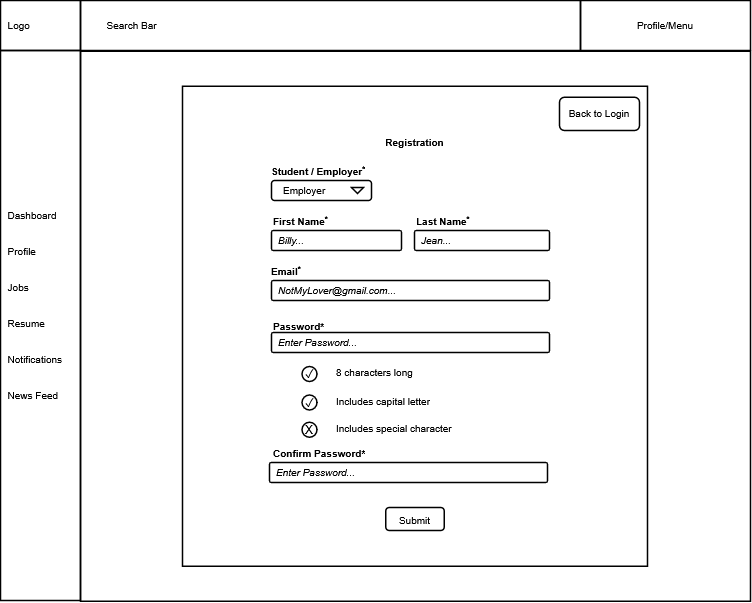
Above: 03_Team_Work/Team4/Milestone_2_First_Dozen_Views/IC_Done/SCK_M2_Team4_RegistrationWireframe_v08.drawio.png in JmmonJeremy/CareerBound-SDD (draw.io), before the change. Source tidied: cells renumbered, new cells last; positions are measured from the earlier drawing's top-left corner, leaving out a move shared by most shapes.
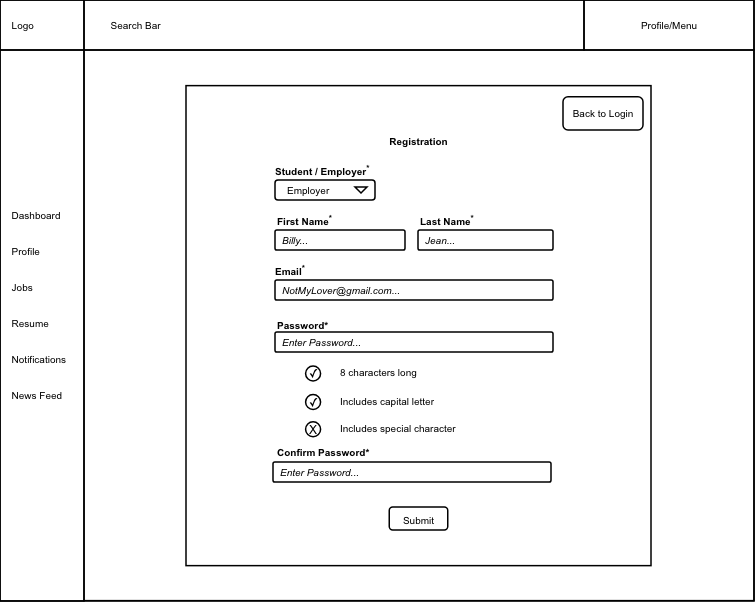
After the commit.

Commit message:
Added background to wireframes

Diff of the diagram source:
```diff
@@ -2,20 +2,23 @@
   <root>
     <mxCell id="0" />
     <mxCell id="1" parent="0" />
+    <mxCell id="41" style="rounded=0;whiteSpace=wrap;html=1;strokeWidth=1.5;fontFamily=Arial;fillColor=default;" parent="1" vertex="1">
+      <mxGeometry x="-4" width="754" height="601" as="geometry" />
+    </mxCell>
     <mxCell id="2" style="rounded=0;whiteSpace=wrap;html=1;strokeWidth=1.5;fontFamily=Arial;fillColor=none;" parent="1" vertex="1">
       <mxGeometry x="80" width="500" height="50" as="geometry" />
     </mxCell>
     <mxCell id="3" style="rounded=0;whiteSpace=wrap;html=1;strokeWidth=1.5;fontFamily=Arial;fillColor=none;" parent="1" vertex="1">
-      <mxGeometry y="50" width="80" height="550" as="geometry" />
+      <mxGeometry x="-4" y="50" width="84" height="551" as="geometry" />
     </mxCell>
     <mxCell id="4" style="rounded=0;whiteSpace=wrap;html=1;strokeWidth=1.5;fontFamily=Arial;fillColor=none;" parent="1" vertex="1">
-      <mxGeometry width="80" height="50" as="geometry" />
+      <mxGeometry x="-4" width="84" height="50" as="geometry" />
     </mxCell>
     <mxCell id="5" style="rounded=0;whiteSpace=wrap;html=1;strokeWidth=1.5;fontFamily=Arial;fillColor=none;" parent="1" vertex="1">
       <mxGeometry x="580" width="170" height="50" as="geometry" />
     </mxCell>
     <mxCell id="6" style="rounded=0;whiteSpace=wrap;html=1;strokeWidth=1.5;fontFamily=Arial;fillColor=none;" parent="1" vertex="1">
-      <mxGeometry x="80" y="50.6" width="670" height="550" as="geometry" />
+      <mxGeometry x="80" y="50" width="670" height="550.6" as="geometry" />
     </mxCell>
     <mxCell id="7" style="rounded=0;whiteSpace=wrap;html=1;strokeWidth=1.5;fontFamily=Arial;fillColor=none;" parent="1" vertex="1">
       <mxGeometry x="182" y="85.6" width="465" height="480" as="geometry" />
```
